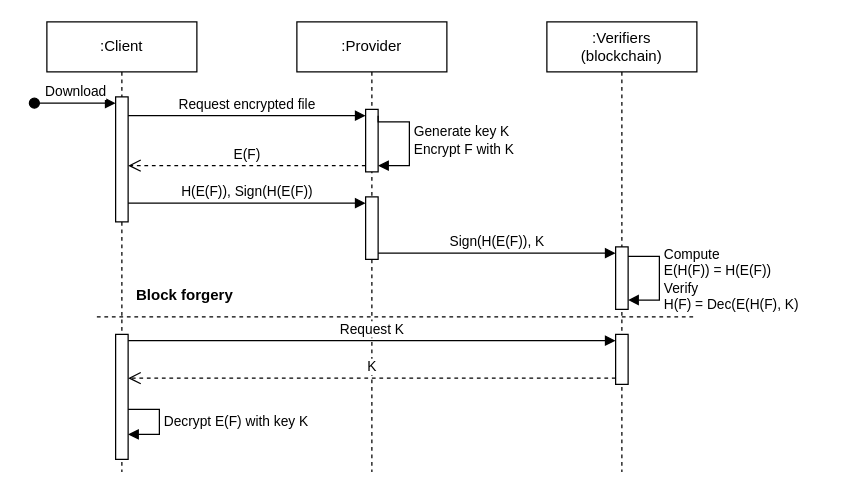
titosilva/drm-blockchain keeps this draw.io diagram as docs/diagrams/hh-pdpr-seq.drawio. Above is the earlier version. Source tidied: cells renumbered, new cells numbered last; positions are measured from the earlier drawing's top-left corner, leaving out a move shared by most shapes. Both pictures are drawn from the tidied source at 125%, with x=0, y=0 at pixel (34, 21).
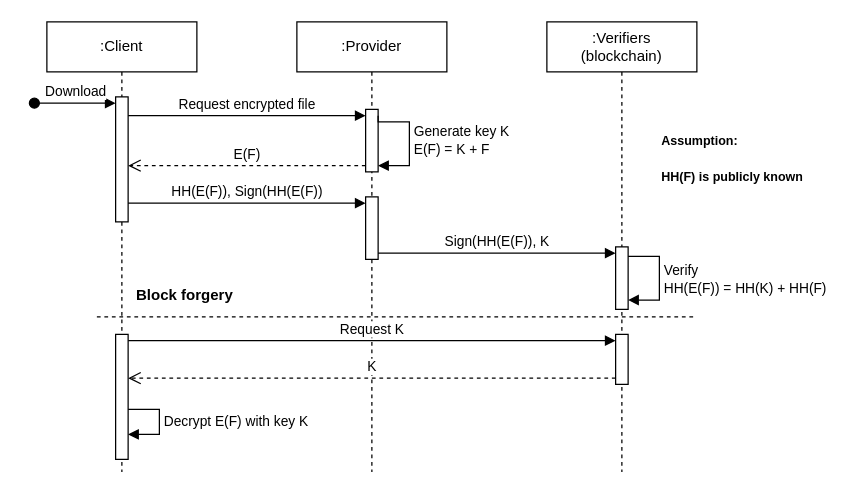
The same page after the edit.

Unchanged cells that the change refers to:
```xml
<mxCell id="2" value=":Provider" style="shape=umlLifeline;perimeter=lifelinePerimeter;whiteSpace=wrap;html=1;newEdgeStyle={&quot;edgeStyle&quot;:&quot;elbowEdgeStyle&quot;,&quot;elbow&quot;:&quot;vertical&quot;,&quot;curved&quot;:0,&quot;rounded&quot;:0};" parent="1" vertex="1">
  <mxGeometry x="210" width="120" height="360" as="geometry" />
</mxCell>
<mxCell id="3" style="html=1;points=[[0,0,0,0,5],[0,1,0,0,-5],[1,0,0,0,5],[1,1,0,0,-5]];perimeter=orthogonalPerimeter;outlineConnect=0;targetShapes=umlLifeline;portConstraint=eastwest;newEdgeStyle={&quot;curved&quot;:0,&quot;rounded&quot;:0};" parent="2" vertex="1">
  <mxGeometry x="55" y="70" width="10" height="50" as="geometry" />
</mxCell>
<mxCell id="4" style="html=1;points=[[0,0,0,0,5],[0,1,0,0,-5],[1,0,0,0,5],[1,1,0,0,-5]];perimeter=orthogonalPerimeter;outlineConnect=0;targetShapes=umlLifeline;portConstraint=eastwest;newEdgeStyle={&quot;curved&quot;:0,&quot;rounded&quot;:0};" parent="2" vertex="1">
  <mxGeometry x="55" y="140" width="10" height="50" as="geometry" />
</mxCell>
<mxCell id="7" style="html=1;points=[[0,0,0,0,5],[0,1,0,0,-5],[1,0,0,0,5],[1,1,0,0,-5]];perimeter=orthogonalPerimeter;outlineConnect=0;targetShapes=umlLifeline;portConstraint=eastwest;newEdgeStyle={&quot;curved&quot;:0,&quot;rounded&quot;:0};" parent="6" vertex="1">
  <mxGeometry x="55" y="60" width="10" height="100" as="geometry" />
</mxCell>
<mxCell id="8" value=":Verifiers&lt;br&gt;(blockchain)" style="shape=umlLifeline;perimeter=lifelinePerimeter;whiteSpace=wrap;html=1;newEdgeStyle={&quot;edgeStyle&quot;:&quot;elbowEdgeStyle&quot;,&quot;elbow&quot;:&quot;vertical&quot;,&quot;curved&quot;:0,&quot;rounded&quot;:0};" parent="1" vertex="1">
  <mxGeometry x="410" width="120" height="360" as="geometry" />
</mxCell>
<mxCell id="9" style="html=1;points=[[0,0,0,0,5],[0,1,0,0,-5],[1,0,0,0,5],[1,1,0,0,-5]];perimeter=orthogonalPerimeter;outlineConnect=0;targetShapes=umlLifeline;portConstraint=eastwest;newEdgeStyle={&quot;curved&quot;:0,&quot;rounded&quot;:0};" parent="8" vertex="1">
  <mxGeometry x="55" y="180" width="10" height="50" as="geometry" />
</mxCell>
```

What changed in the source:
```diff
@@
-    <mxCell id="5" value="Generate key K&lt;br&gt;Encrypt F with K" style="html=1;align=left;spacingLeft=2;endArrow=block;rounded=0;edgeStyle=orthogonalEdgeStyle;curved=0;rounded=0;exitX=1;exitY=0;exitDx=0;exitDy=5;exitPerimeter=0;entryX=1;entryY=1;entryDx=0;entryDy=-5;entryPerimeter=0;" parent="2" edge="1" source="3" target="3">
+    <mxCell id="5" value="Generate key K&lt;br&gt;E(F) = K + F" style="html=1;align=left;spacingLeft=2;endArrow=block;rounded=0;edgeStyle=orthogonalEdgeStyle;curved=0;rounded=0;exitX=1;exitY=0;exitDx=0;exitDy=5;exitPerimeter=0;entryX=1;entryY=1;entryDx=0;entryDy=-5;entryPerimeter=0;" parent="2" edge="1" source="3" target="3">
       <mxGeometry relative="1" as="geometry">
         <Array as="points">
           <mxPoint x="65" y="80" />
           <mxPoint x="90" y="80" />
           <mxPoint x="90" y="115" />
         </Array>
       </mxGeometry>
     </mxCell>
@@
-    <mxCell id="10" value="Compute&lt;br&gt;E(H(F)) = H(E(F))&lt;br&gt;Verify&lt;br&gt;H(F) = Dec(E(H(F), K)" style="html=1;align=left;spacingLeft=2;endArrow=block;rounded=0;edgeStyle=orthogonalEdgeStyle;curved=0;rounded=0;exitX=1;exitY=0;exitDx=0;exitDy=5;exitPerimeter=0;" parent="8" edge="1">
+    <mxCell id="10" value="Verify&lt;br&gt;HH(E(F)) = HH(K) + HH(F)" style="html=1;align=left;spacingLeft=2;endArrow=block;rounded=0;edgeStyle=orthogonalEdgeStyle;curved=0;rounded=0;exitX=1;exitY=0;exitDx=0;exitDy=5;exitPerimeter=0;" parent="8" edge="1">
       <mxGeometry relative="1" as="geometry">
         <mxPoint x="65" y="187.5" as="sourcePoint" />
         <mxPoint x="65" y="222.5" as="targetPoint" />
         <Array as="points">
           <mxPoint x="90" y="187.5" />
           <mxPoint x="90" y="222.5" />
         </Array>
       </mxGeometry>
     </mxCell>
@@
-    <mxCell id="15" value="H(E(F)), Sign(H(E(F))" style="html=1;verticalAlign=bottom;endArrow=block;curved=0;rounded=0;entryX=0;entryY=0;entryDx=0;entryDy=5;entryPerimeter=0;" parent="1" edge="1" source="7" target="4">
+    <mxCell id="15" value="HH(E(F)), Sign(HH(E(F))" style="html=1;verticalAlign=bottom;endArrow=block;curved=0;rounded=0;entryX=0;entryY=0;entryDx=0;entryDy=5;entryPerimeter=0;" parent="1" edge="1" source="7" target="4">
       <mxGeometry relative="1" as="geometry" />
     </mxCell>
-    <mxCell id="16" value="Sign(H(E(F)), K" style="html=1;verticalAlign=bottom;endArrow=block;curved=0;rounded=0;entryX=0;entryY=0;entryDx=0;entryDy=5;entryPerimeter=0;" parent="1" edge="1" source="4" target="9">
+    <mxCell id="16" value="Sign(HH(E(F)), K" style="html=1;verticalAlign=bottom;endArrow=block;curved=0;rounded=0;entryX=0;entryY=0;entryDx=0;entryDy=5;entryPerimeter=0;" parent="1" edge="1" source="4" target="9">
       <mxGeometry relative="1" as="geometry" />
     </mxCell>
@@
+    <mxCell id="23" value="&lt;h1 style=&quot;margin-top: 0px;&quot;&gt;&lt;font style=&quot;font-size: 10px;&quot;&gt;Assumption:&lt;br&gt;HH(F) is publicly known&lt;/font&gt;&lt;/h1&gt;" style="text;html=1;whiteSpace=wrap;overflow=hidden;rounded=0;" parent="1" vertex="1">
+      <mxGeometry x="500" y="70" width="120" height="80" as="geometry" />
+    </mxCell>
```
